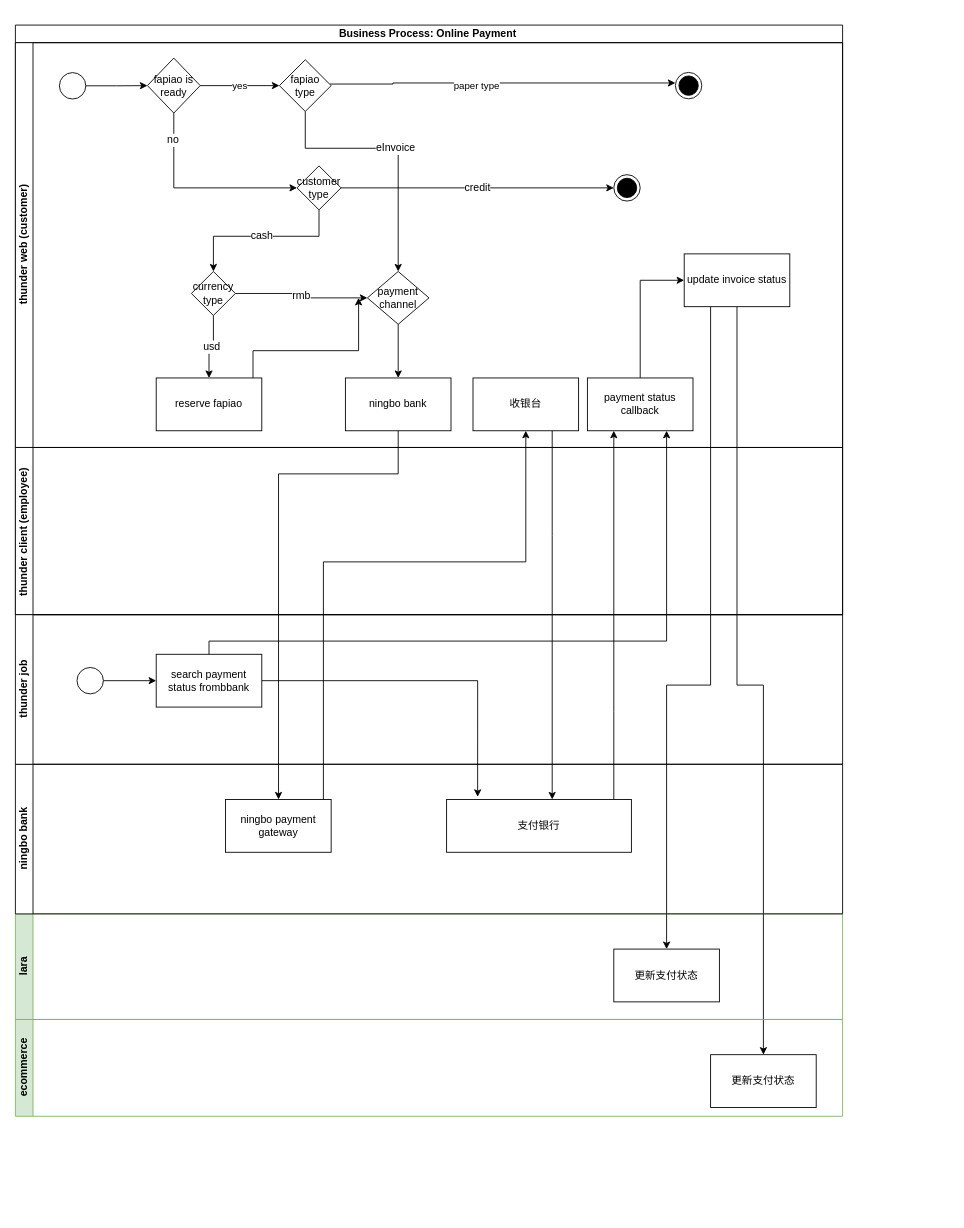
Above: ningbo bank pay.drawio in yi2003/diagram (draw.io), before the change. Source tidied: cells renumbered, new cells numbered last; positions are measured from the earlier drawing's top-left corner, leaving out a move shared by most shapes. Both pictures are drawn from the tidied source at 88%, with x=0, y=0 at pixel (15, 25).
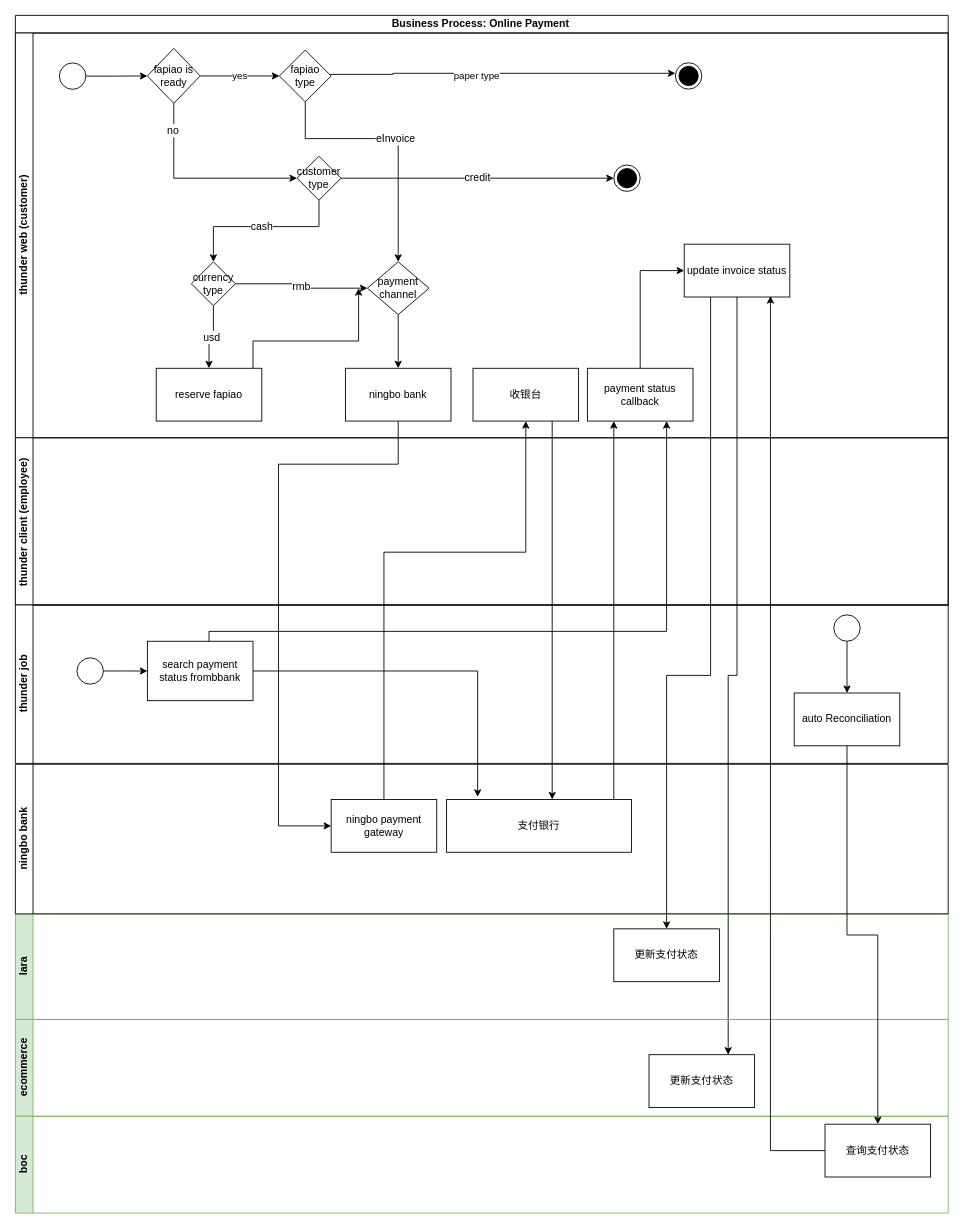
After the change.

Unchanged cells that the change refers to:
```xml
<mxCell id="19" value="reserve fapiao" style="whiteSpace=wrap;html=1;startSize=20;" parent="3" vertex="1">
  <mxGeometry x="160" y="381" width="120" height="60" as="geometry" />
</mxCell>
<mxCell id="23" value="ningbo bank" style="whiteSpace=wrap;html=1;startSize=20;" parent="3" vertex="1">
  <mxGeometry x="375" y="381" width="120" height="60" as="geometry" />
</mxCell>
<mxCell id="24" value="收银台" style="rounded=0;whiteSpace=wrap;html=1;strokeColor=rgb(0, 0, 0);fontFamily=Helvetica;fontSize=12;fontColor=rgb(0, 0, 0);startSize=20;fillColor=rgb(255, 255, 255);" parent="3" vertex="1">
  <mxGeometry x="520" y="381" width="120" height="60" as="geometry" />
</mxCell>
<mxCell id="26" value="payment status callback" style="rounded=0;whiteSpace=wrap;html=1;strokeColor=rgb(0, 0, 0);fontFamily=Helvetica;fontSize=12;fontColor=rgb(0, 0, 0);startSize=20;fillColor=rgb(255, 255, 255);" parent="3" vertex="1">
  <mxGeometry x="650" y="381" width="120" height="60" as="geometry" />
</mxCell>
<mxCell id="27" value="update invoice status" style="rounded=0;whiteSpace=wrap;html=1;strokeColor=rgb(0, 0, 0);fontFamily=Helvetica;fontSize=12;fontColor=rgb(0, 0, 0);startSize=20;fillColor=rgb(255, 255, 255);" parent="3" vertex="1">
  <mxGeometry x="760" y="240" width="120" height="60" as="geometry" />
</mxCell>
<mxCell id="44" value="支付银行" style="rounded=0;whiteSpace=wrap;html=1;strokeColor=rgb(0, 0, 0);fontFamily=Helvetica;fontSize=12;fontColor=rgb(0, 0, 0);startSize=20;fillColor=rgb(255, 255, 255);" parent="43" vertex="1">
  <mxGeometry x="490" y="40" width="210" height="60" as="geometry" />
</mxCell>
```

What changed in the source:
```diff
@@
     <mxCell id="2" value="Business Process: Online Payment&amp;nbsp;" style="swimlane;horizontal=1;startSize=20;html=1;" parent="1" vertex="1">
-      <mxGeometry width="940" height="670" as="geometry" />
+      <mxGeometry y="-11" width="1060" height="670" as="geometry" />
     </mxCell>
     <mxCell id="3" value="thunder web (customer)" style="swimlane;startSize=20;horizontal=0;html=1;" parent="2" vertex="1">
-      <mxGeometry y="20" width="940" height="460" as="geometry" />
+      <mxGeometry y="20" width="1060" height="460" as="geometry" />
     </mxCell>
@@
     <mxCell id="30" value="thunder client (employee)&amp;nbsp;" style="swimlane;startSize=20;horizontal=0;html=1;" parent="2" vertex="1">
-      <mxGeometry y="480" width="940" height="190" as="geometry" />
+      <mxGeometry y="480" width="1060" height="190" as="geometry" />
     </mxCell>
     <mxCell id="31" style="edgeStyle=orthogonalEdgeStyle;rounded=0;jettySize=auto;html=1;strokeColor=#000000;fontFamily=Helvetica;fontSize=12;fontColor=rgb(0, 0, 0);startSize=20;" parent="1" edge="1" source="27" target="37">
       <mxGeometry relative="1" as="geometry">
         <Array as="points">
-          <mxPoint x="790" y="750" />
-          <mxPoint x="740" y="750" />
+          <mxPoint x="790" y="739" />
+          <mxPoint x="740" y="739" />
         </Array>
       </mxGeometry>
     </mxCell>
-    <mxCell id="32" style="edgeStyle=orthogonalEdgeStyle;rounded=0;jettySize=auto;html=1;strokeColor=#000000;fontFamily=Helvetica;fontSize=12;fontColor=rgb(0, 0, 0);startSize=20;" parent="1" edge="1" source="27" target="40">
+    <mxCell id="32" style="edgeStyle=orthogonalEdgeStyle;rounded=0;jettySize=auto;html=1;strokeColor=#000000;fontFamily=Helvetica;fontSize=12;fontColor=rgb(0, 0, 0);startSize=20;startArrow=none;exitX=0.5;exitY=1;exitDx=0;exitDy=0;entryX=0.75;entryY=0;entryDx=0;entryDy=0;" parent="1" edge="1" source="27" target="40">
       <mxGeometry relative="1" as="geometry">
         <Array as="points">
-          <mxPoint x="820" y="750" />
-          <mxPoint x="850" y="750" />
+          <mxPoint x="820" y="739" />
+          <mxPoint x="810" y="739" />
+          <mxPoint x="810" y="1170" />
         </Array>
       </mxGeometry>
     </mxCell>
     <mxCell id="33" style="edgeStyle=orthogonalEdgeStyle;rounded=0;jettySize=auto;html=1;strokeColor=#000000;fontFamily=Helvetica;fontSize=12;fontColor=rgb(0, 0, 0);startSize=20;" parent="1" edge="1" source="19">
       <mxGeometry relative="1" as="geometry">
-        <mxPoint x="390" y="310" as="targetPoint" />
+        <mxPoint x="390" y="299" as="targetPoint" />
         <Array as="points">
-          <mxPoint x="270" y="370" />
-          <mxPoint x="390" y="370" />
+          <mxPoint x="270" y="359" />
+          <mxPoint x="390" y="359" />
         </Array>
       </mxGeometry>
     </mxCell>
-    <mxCell id="34" value="ningbo payment gateway" style="rounded=0;whiteSpace=wrap;html=1;strokeColor=rgb(0, 0, 0);fontFamily=Helvetica;fontSize=12;fontColor=rgb(0, 0, 0);startSize=20;fillColor=rgb(255, 255, 255);" parent="1" vertex="1">
-      <mxGeometry x="238.8" y="880" width="120" height="60" as="geometry" />
-    </mxCell>
     <mxCell id="35" style="edgeStyle=orthogonalEdgeStyle;rounded=0;jettySize=auto;html=1;strokeColor=#000000;fontFamily=Helvetica;fontSize=12;fontColor=rgb(0, 0, 0);startSize=20;" parent="1" edge="1" source="23" target="34">
       <mxGeometry relative="1" as="geometry">
         <Array as="points">
-          <mxPoint x="435" y="510" />
-          <mxPoint x="299" y="510" />
+          <mxPoint x="435" y="499" />
+          <mxPoint x="299" y="499" />
         </Array>
       </mxGeometry>
     </mxCell>
     <mxCell id="36" value="lara" style="swimlane;startSize=20;horizontal=0;html=1;fillColor=#d5e8d4;strokeColor=#82b366;" parent="1" vertex="1">
-      <mxGeometry y="1010" width="940" height="120" as="geometry" />
+      <mxGeometry y="1010" width="1060" height="120" as="geometry" />
     </mxCell>
     <mxCell id="37" value="更新支付状态" style="rounded=0;whiteSpace=wrap;html=1;strokeColor=rgb(0, 0, 0);fontFamily=Helvetica;fontSize=12;fontColor=rgb(0, 0, 0);startSize=20;fillColor=rgb(255, 255, 255);" parent="36" vertex="1">
-      <mxGeometry x="680" y="40" width="120" height="60" as="geometry" />
+      <mxGeometry x="680" y="17" width="120" height="60" as="geometry" />
     </mxCell>
-    <mxCell id="38" style="edgeStyle=orthogonalEdgeStyle;rounded=0;jettySize=auto;html=1;strokeColor=#000000;fontFamily=Helvetica;fontSize=12;fontColor=rgb(0, 0, 0);startSize=20;entryX=0.5;entryY=1;entryDx=0;entryDy=0;" parent="1" edge="1" source="34" target="24">
+    <mxCell id="38" style="edgeStyle=orthogonalEdgeStyle;rounded=0;jettySize=auto;html=1;strokeColor=#000000;fontFamily=Helvetica;fontSize=12;fontColor=rgb(0, 0, 0);startSize=20;entryX=0.5;entryY=1;entryDx=0;entryDy=0;exitX=0.5;exitY=0;exitDx=0;exitDy=0;" parent="1" edge="1" source="34" target="24">
       <mxGeometry relative="1" as="geometry">
         <Array as="points">
-          <mxPoint x="350" y="610" />
-          <mxPoint x="580" y="610" />
+          <mxPoint x="419" y="599" />
+          <mxPoint x="580" y="599" />
         </Array>
       </mxGeometry>
     </mxCell>
     <mxCell id="39" value="ecommerce" style="swimlane;startSize=20;horizontal=0;html=1;fillColor=#d5e8d4;strokeColor=#82b366;" parent="1" vertex="1">
-      <mxGeometry y="1130" width="940" height="110" as="geometry" />
+      <mxGeometry y="1130" width="1060" height="110" as="geometry" />
     </mxCell>
     <mxCell id="40" value="更新支付状态" style="rounded=0;whiteSpace=wrap;html=1;strokeColor=rgb(0, 0, 0);fontFamily=Helvetica;fontSize=12;fontColor=rgb(0, 0, 0);startSize=20;fillColor=rgb(255, 255, 255);" parent="39" vertex="1">
-      <mxGeometry x="790" y="40" width="120" height="60" as="geometry" />
+      <mxGeometry x="720" y="40" width="120" height="60" as="geometry" />
     </mxCell>
     <mxCell id="41" style="edgeStyle=orthogonalEdgeStyle;rounded=0;jettySize=auto;html=1;strokeColor=#000000;fontFamily=Helvetica;fontSize=12;fontColor=rgb(0, 0, 0);startSize=20;entryX=0.25;entryY=1;entryDx=0;entryDy=0;" parent="1" edge="1" source="44" target="26">
       <mxGeometry relative="1" as="geometry">
         <Array as="points">
-          <mxPoint x="680" y="780" />
-          <mxPoint x="680" y="780" />
+          <mxPoint x="680" y="769" />
+          <mxPoint x="680" y="769" />
         </Array>
       </mxGeometry>
     </mxCell>
     <mxCell id="42" style="edgeStyle=orthogonalEdgeStyle;rounded=0;jettySize=auto;html=1;strokeColor=#000000;fontFamily=Helvetica;fontSize=12;fontColor=rgb(0, 0, 0);startSize=20;" parent="1" edge="1" source="24" target="44">
       <mxGeometry relative="1" as="geometry">
         <Array as="points">
-          <mxPoint x="610" y="580" />
-          <mxPoint x="610" y="580" />
+          <mxPoint x="610" y="569" />
+          <mxPoint x="610" y="569" />
         </Array>
       </mxGeometry>
     </mxCell>
     <mxCell id="43" value="ningbo bank" style="swimlane;startSize=20;horizontal=0;html=1;" parent="1" vertex="1">
-      <mxGeometry y="840" width="940" height="170" as="geometry" />
+      <mxGeometry y="840" width="1060" height="170" as="geometry" />
     </mxCell>
@@
+    <mxCell id="34" value="ningbo payment gateway" style="rounded=0;whiteSpace=wrap;html=1;strokeColor=rgb(0, 0, 0);fontFamily=Helvetica;fontSize=12;fontColor=rgb(0, 0, 0);startSize=20;fillColor=rgb(255, 255, 255);" parent="43" vertex="1">
+      <mxGeometry x="358.8" y="40" width="120" height="60" as="geometry" />
+    </mxCell>
     <mxCell id="45" value="thunder job" style="swimlane;startSize=20;horizontal=0;html=1;" parent="1" vertex="1">
-      <mxGeometry y="670" width="940" height="170" as="geometry" />
+      <mxGeometry y="659" width="1060" height="180" as="geometry" />
     </mxCell>
@@
     <mxCell id="48" value="search payment status frombbank" style="whiteSpace=wrap;html=1;" parent="45" vertex="1">
-      <mxGeometry x="160" y="45" width="120" height="60" as="geometry" />
+      <mxGeometry x="150" y="41.2" width="120" height="67.5" as="geometry" />
     </mxCell>
+    <mxCell id="51" style="edgeStyle=orthogonalEdgeStyle;rounded=0;jettySize=auto;html=1;fontSize=12;" parent="45" edge="1" source="52" target="53">
+      <mxGeometry relative="1" as="geometry" />
+    </mxCell>
+    <mxCell id="52" style="ellipse;" parent="45" vertex="1">
+      <mxGeometry x="930" y="11.2" width="30" height="30" as="geometry" />
+    </mxCell>
+    <mxCell id="53" value="auto&amp;nbsp;&lt;span style=&quot;line-height: 115%; font-family: Arial, sans-serif;&quot; lang=&quot;EN-US&quot;&gt;&lt;font style=&quot;font-size: 12px;&quot;&gt;Reconciliation&lt;/font&gt;&lt;/span&gt;" style="whiteSpace=wrap;html=1;" parent="45" vertex="1">
+      <mxGeometry x="885" y="100" width="120" height="60" as="geometry" />
+    </mxCell>
@@
     <mxCell id="50" style="edgeStyle=orthogonalEdgeStyle;rounded=0;jettySize=auto;html=1;strokeColor=#000000;fontFamily=Helvetica;fontSize=12;fontColor=rgb(0, 0, 0);startSize=20;entryX=0.75;entryY=1;entryDx=0;entryDy=0;" parent="1" edge="1" source="48" target="26">
       <mxGeometry relative="1" as="geometry">
         <Array as="points">
-          <mxPoint x="220" y="700" />
-          <mxPoint x="740" y="700" />
+          <mxPoint x="220" y="689" />
+          <mxPoint x="740" y="689" />
         </Array>
       </mxGeometry>
     </mxCell>
+    <mxCell id="54" value="boc" style="swimlane;startSize=20;horizontal=0;html=1;fillColor=#d5e8d4;strokeColor=#82b366;fontSize=12;" parent="1" vertex="1">
+      <mxGeometry y="1240" width="1060" height="110" as="geometry" />
+    </mxCell>
+    <mxCell id="55" value="查询支付状态" style="rounded=0;whiteSpace=wrap;html=1;strokeColor=rgb(0, 0, 0);fontFamily=Helvetica;fontSize=12;fontColor=rgb(0, 0, 0);startSize=20;fillColor=rgb(255, 255, 255);" parent="54" vertex="1">
+      <mxGeometry x="920" y="9" width="120" height="60" as="geometry" />
+    </mxCell>
+    <mxCell id="56" style="edgeStyle=orthogonalEdgeStyle;rounded=0;jettySize=auto;html=1;fontSize=12;" parent="1" edge="1" source="53" target="55">
+      <mxGeometry relative="1" as="geometry" />
+    </mxCell>
+    <mxCell id="57" style="edgeStyle=orthogonalEdgeStyle;rounded=0;jettySize=auto;html=1;entryX=0.817;entryY=0.983;entryDx=0;entryDy=0;fontSize=12;entryPerimeter=0;" parent="1" edge="1" source="55" target="27">
+      <mxGeometry relative="1" as="geometry" />
+    </mxCell>
```
